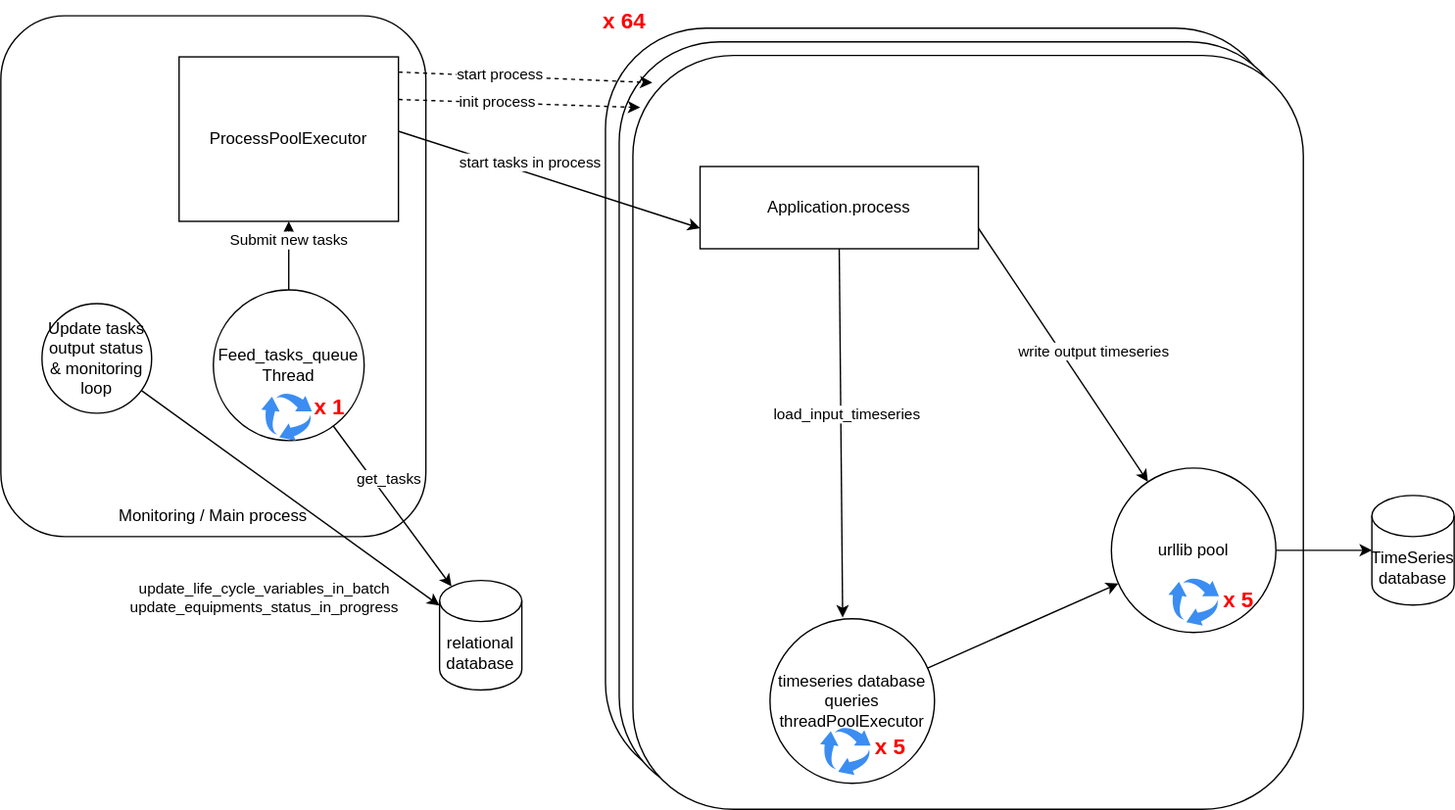
Earlier version of the draw.io export slides/media/archi.drawio.svg (Purecontrol/breizhcamp_bench_python_containers). Source tidied: cells renumbered, new cells last; positions are measured from the earlier drawing's top-left corner, leaving out a move shared by most shapes.
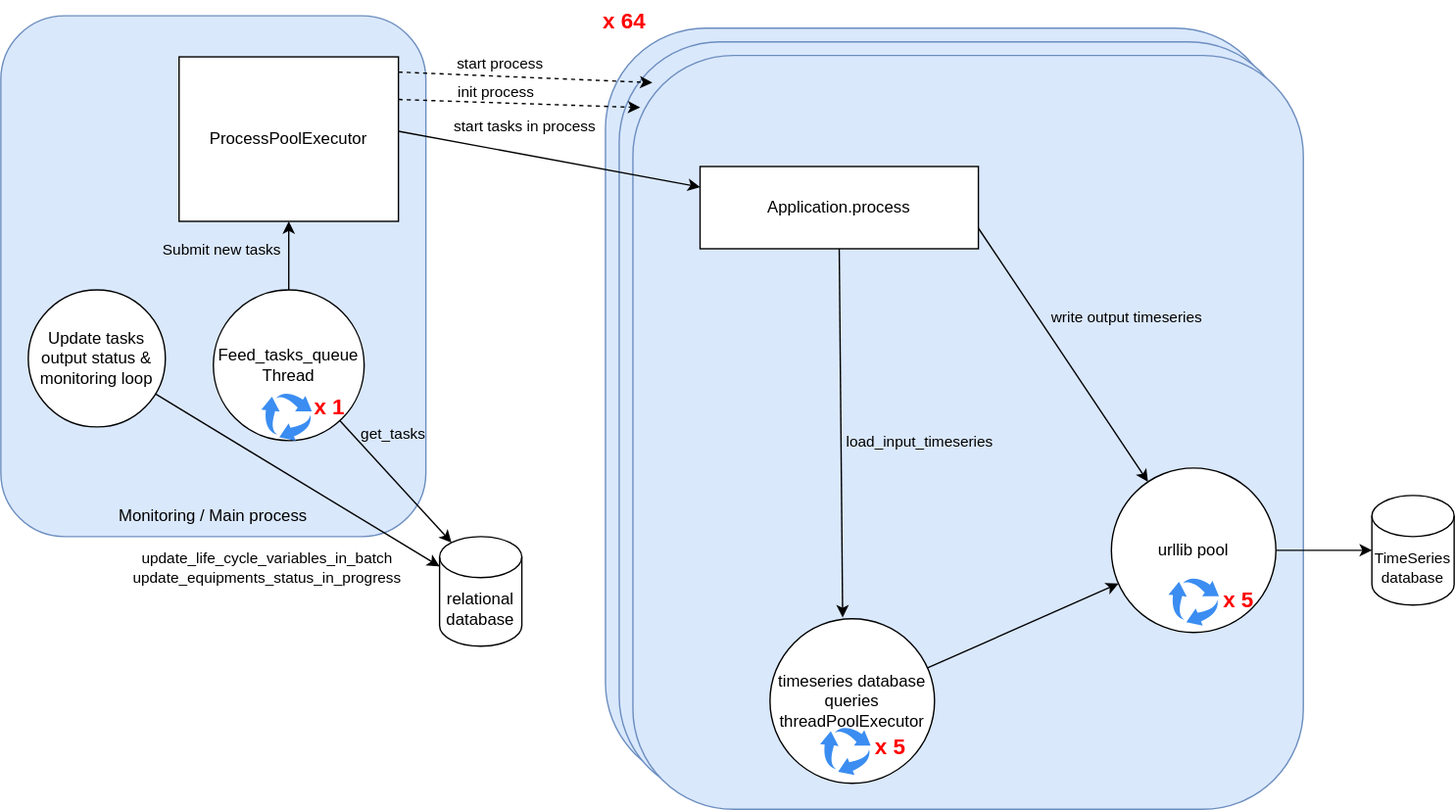
After the commit.

Change to the diagram source:
```diff
@@ -2,7 +2,7 @@
   <root>
     <mxCell id="0" />
     <mxCell id="1" parent="0" />
-    <mxCell id="2" style="rounded=1;whiteSpace=wrap;html=1;" parent="1" vertex="1">
+    <mxCell id="2" style="rounded=1;whiteSpace=wrap;html=1;fillColor=#dae8fc;strokeColor=#6c8ebf;" parent="1" vertex="1">
       <mxGeometry y="11" width="310" height="380" as="geometry" />
     </mxCell>
     <mxCell id="3" value="ProcessPoolExecutor" style="rounded=0;whiteSpace=wrap;html=1;" parent="1" vertex="1">
@@ -11,15 +11,17 @@
     <mxCell id="4" style="edgeStyle=none;html=1;" parent="1" edge="1" source="8" target="3">
       <mxGeometry relative="1" as="geometry" />
     </mxCell>
-    <mxCell id="5" value="Submit new tasks" style="edgeLabel;html=1;align=center;verticalAlign=middle;" parent="4" vertex="1">
-      <mxGeometry x="0.47" y="1" relative="1" as="geometry" />
+    <mxCell id="5" value="Submit new tasks" style="edgeLabel;html=1;align=center;verticalAlign=middle;labelBackgroundColor=none;" parent="4" vertex="1">
+      <mxGeometry x="0.47" y="1" relative="1" as="geometry">
+        <mxPoint x="-49" y="7" as="offset" />
+      </mxGeometry>
     </mxCell>
     <mxCell id="6" style="edgeStyle=none;html=1;entryX=0.145;entryY=0;entryDx=0;entryDy=4.35;entryPerimeter=0;" parent="1" edge="1" source="8" target="37">
       <mxGeometry relative="1" as="geometry" />
     </mxCell>
-    <mxCell id="7" value="get_tasks" style="edgeLabel;html=1;align=center;verticalAlign=middle;" parent="6" vertex="1">
+    <mxCell id="7" value="get_tasks" style="edgeLabel;html=1;align=center;verticalAlign=middle;labelBackgroundColor=none;" parent="6" vertex="1">
       <mxGeometry x="-0.35" relative="1" as="geometry">
-        <mxPoint x="12" as="offset" />
+        <mxPoint x="12" y="-20" as="offset" />
       </mxGeometry>
     </mxCell>
     <mxCell id="8" value="Feed_tasks_queue&lt;br&gt;Thread" style="ellipse;whiteSpace=wrap;html=1;" parent="1" vertex="1">
@@ -32,25 +34,25 @@
       <mxGeometry x="70" y="361" width="170" height="30" as="geometry" />
     </mxCell>
     <mxCell id="11" value="Update tasks output status &amp;amp; monitoring loop" style="ellipse;whiteSpace=wrap;html=1;" parent="1" vertex="1">
-      <mxGeometry x="30" y="221" width="80" height="80" as="geometry" />
+      <mxGeometry x="20" y="211" width="100" height="100" as="geometry" />
     </mxCell>
-    <mxCell id="12" style="rounded=1;whiteSpace=wrap;html=1;" parent="1" vertex="1">
+    <mxCell id="12" style="rounded=1;whiteSpace=wrap;html=1;fillColor=#dae8fc;strokeColor=#6c8ebf;" parent="1" vertex="1">
       <mxGeometry x="441" y="20" width="489" height="551" as="geometry" />
     </mxCell>
-    <mxCell id="13" style="rounded=1;whiteSpace=wrap;html=1;" parent="1" vertex="1">
+    <mxCell id="13" style="rounded=1;whiteSpace=wrap;html=1;fillColor=#dae8fc;strokeColor=#6c8ebf;" parent="1" vertex="1">
       <mxGeometry x="451" y="30" width="489" height="551" as="geometry" />
     </mxCell>
-    <mxCell id="14" style="rounded=1;whiteSpace=wrap;html=1;verticalAlign=top;align=center;" parent="1" vertex="1">
+    <mxCell id="14" style="rounded=1;whiteSpace=wrap;html=1;verticalAlign=top;align=center;fillColor=#dae8fc;strokeColor=#6c8ebf;" parent="1" vertex="1">
       <mxGeometry x="461" y="40" width="489" height="550" as="geometry" />
     </mxCell>
-    <mxCell id="15" style="edgeStyle=none;html=1;entryX=0;entryY=0.75;entryDx=0;entryDy=0;" parent="1" edge="1" target="17">
+    <mxCell id="15" style="edgeStyle=none;html=1;entryX=0;entryY=0.25;entryDx=0;entryDy=0;" parent="1" edge="1" target="17">
       <mxGeometry relative="1" as="geometry">
         <mxPoint x="290" y="95.2" as="sourcePoint" />
       </mxGeometry>
     </mxCell>
-    <mxCell id="16" value="start tasks in process" style="edgeLabel;html=1;align=center;verticalAlign=middle;" parent="15" vertex="1">
+    <mxCell id="16" value="start tasks in process" style="edgeLabel;html=1;align=center;verticalAlign=middle;labelBackgroundColor=none;" parent="15" vertex="1">
       <mxGeometry x="-0.34" y="1" relative="1" as="geometry">
-        <mxPoint x="22" as="offset" />
+        <mxPoint x="17" y="-17" as="offset" />
       </mxGeometry>
     </mxCell>
     <mxCell id="17" value="&lt;span style=&quot;color: rgb(0, 0, 0);&quot;&gt;Application.process&lt;/span&gt;" style="rounded=0;whiteSpace=wrap;html=1;" parent="1" vertex="1">
@@ -59,9 +61,9 @@
     <mxCell id="18" style="edgeStyle=none;html=1;exitX=1;exitY=0.75;exitDx=0;exitDy=0;" parent="1" edge="1" source="17" target="33">
       <mxGeometry relative="1" as="geometry" />
     </mxCell>
-    <mxCell id="19" value="&lt;div&gt;write output timeseries&lt;/div&gt;" style="edgeLabel;html=1;align=center;verticalAlign=middle;" parent="18" vertex="1">
+    <mxCell id="19" value="&lt;div&gt;write output timeseries&lt;/div&gt;" style="edgeLabel;html=1;align=center;verticalAlign=middle;labelBackgroundColor=none;" parent="18" vertex="1">
       <mxGeometry x="0.25" y="-2" relative="1" as="geometry">
-        <mxPoint x="7" y="-28" as="offset" />
+        <mxPoint x="31" y="-53" as="offset" />
       </mxGeometry>
     </mxCell>
     <mxCell id="20" style="edgeStyle=none;html=1;entryX=0.5;entryY=0;entryDx=0;entryDy=0;exitX=0.5;exitY=1;exitDx=0;exitDy=0;" parent="1" edge="1" source="17">
@@ -69,12 +71,12 @@
         <mxPoint x="614" y="450" as="targetPoint" />
       </mxGeometry>
     </mxCell>
-    <mxCell id="21" value="load_input_timeseries" style="edgeLabel;html=1;align=center;verticalAlign=middle;" parent="20" vertex="1">
+    <mxCell id="21" value="load_input_timeseries" style="edgeLabel;html=1;align=center;verticalAlign=middle;labelBackgroundColor=none;" parent="20" vertex="1">
       <mxGeometry x="-0.09" y="2" relative="1" as="geometry">
-        <mxPoint x="2" y="-2" as="offset" />
+        <mxPoint x="55" y="17" as="offset" />
       </mxGeometry>
     </mxCell>
-    <mxCell id="22" value="TimeSeries database" style="shape=cylinder3;whiteSpace=wrap;html=1;boundedLbl=1;backgroundOutline=1;size=15;" parent="1" vertex="1">
+    <mxCell id="22" value="TimeSeries database" style="shape=cylinder3;whiteSpace=wrap;html=1;boundedLbl=1;backgroundOutline=1;size=15;fontSize=11;" parent="1" vertex="1">
       <mxGeometry x="1000" y="361" width="60" height="80" as="geometry" />
     </mxCell>
     <mxCell id="23" value="&lt;div&gt;&lt;span style=&quot;color: rgb(0, 0, 0);&quot;&gt;timeseries database queries&lt;/span&gt;&lt;/div&gt;&lt;span style=&quot;color: rgb(0, 0, 0);&quot;&gt;threadPoolExecutor&lt;/span&gt;" style="ellipse;whiteSpace=wrap;html=1;" parent="1" vertex="1">
@@ -91,9 +93,9 @@
         <mxPoint x="290" y="72.1" as="sourcePoint" />
       </mxGeometry>
     </mxCell>
-    <mxCell id="27" value="init process" style="edgeLabel;html=1;align=center;verticalAlign=middle;" parent="26" vertex="1">
+    <mxCell id="27" value="init process" style="edgeLabel;html=1;align=center;verticalAlign=middle;labelBackgroundColor=none;" parent="26" vertex="1">
       <mxGeometry x="-0.34" y="1" relative="1" as="geometry">
-        <mxPoint x="12" as="offset" />
+        <mxPoint x="12" y="-7" as="offset" />
       </mxGeometry>
     </mxCell>
     <mxCell id="28" style="edgeStyle=none;html=1;entryX=0.029;entryY=0.036;entryDx=0;entryDy=0;entryPerimeter=0;dashed=1;" parent="1" edge="1" target="14">
@@ -101,9 +103,9 @@
         <mxPoint x="290" y="52.1" as="sourcePoint" />
       </mxGeometry>
     </mxCell>
-    <mxCell id="29" value="start process" style="edgeLabel;html=1;align=center;verticalAlign=middle;" parent="28" vertex="1">
+    <mxCell id="29" value="start process" style="edgeLabel;html=1;align=center;verticalAlign=middle;labelBackgroundColor=none;" parent="28" vertex="1">
       <mxGeometry x="-0.34" y="1" relative="1" as="geometry">
-        <mxPoint x="12" as="offset" />
+        <mxPoint x="12" y="-8" as="offset" />
       </mxGeometry>
     </mxCell>
     <mxCell id="30" value="x 64" style="text;html=1;align=center;verticalAlign=middle;whiteSpace=wrap;rounded=0;fillColor=none;fontColor=#FF0000;fontStyle=1;fontSize=16;" parent="1" vertex="1">
@@ -128,12 +130,12 @@
       <mxGeometry x="210" y="281" width="60" height="30" as="geometry" />
     </mxCell>
     <mxCell id="37" value="relational database" style="shape=cylinder3;whiteSpace=wrap;html=1;boundedLbl=1;backgroundOutline=1;size=15;" parent="1" vertex="1">
-      <mxGeometry x="320" y="423" width="60" height="80" as="geometry" />
+      <mxGeometry x="320" y="391" width="60" height="80" as="geometry" />
     </mxCell>
     <mxCell id="38" style="edgeStyle=none;html=1;" parent="1" edge="1" source="11" target="37">
       <mxGeometry relative="1" as="geometry" />
     </mxCell>
-    <mxCell id="39" value="update_life_cycle_variables_in_batch&lt;br&gt;update_equipments_status_in_progress" style="edgeLabel;html=1;align=center;verticalAlign=middle;" parent="38" vertex="1">
+    <mxCell id="39" value="update_life_cycle_variables_in_batch&lt;br&gt;update_equipments_status_in_progress" style="edgeLabel;html=1;align=center;verticalAlign=middle;labelBackgroundColor=none;" parent="38" vertex="1">
       <mxGeometry x="0.6" y="3" relative="1" as="geometry">
         <mxPoint x="-86" y="28" as="offset" />
       </mxGeometry>
```
